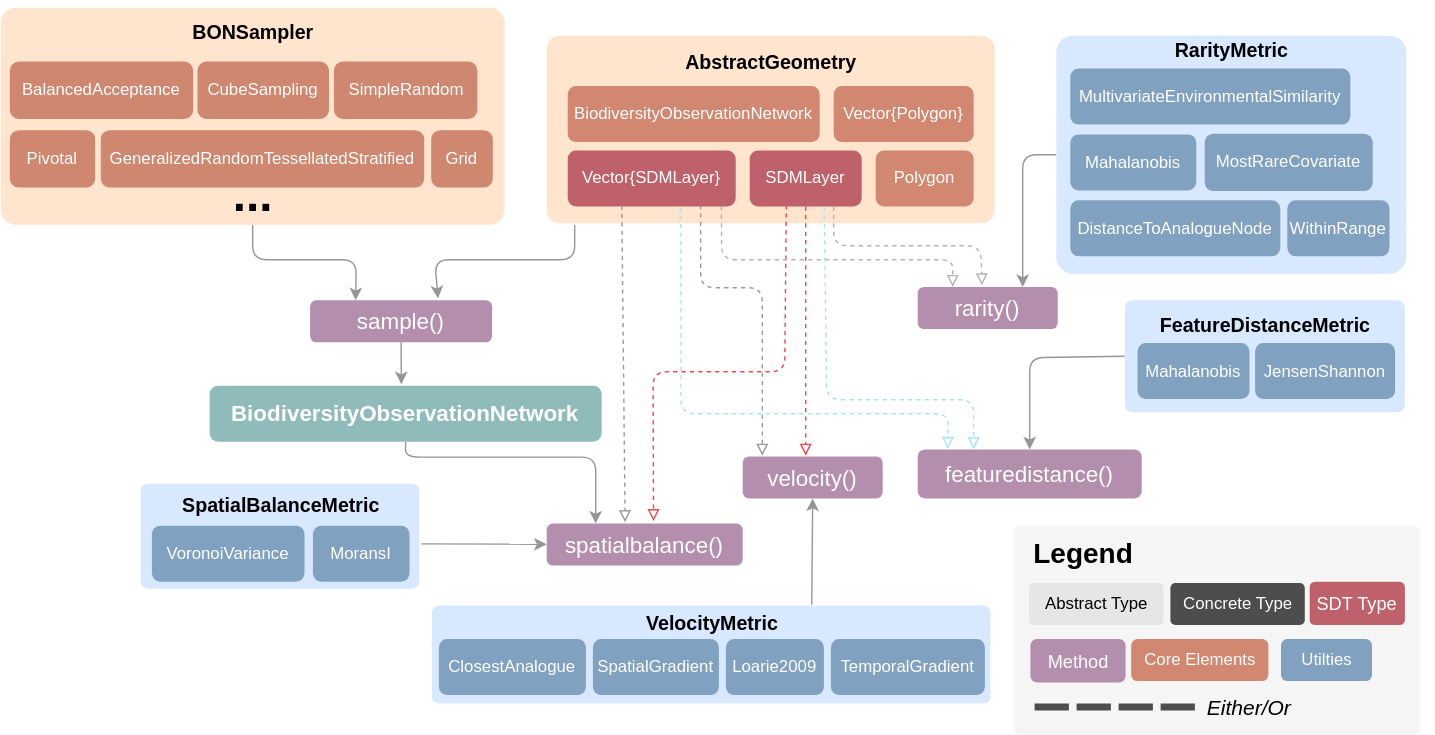
PoisotLab/BiodiversityObservationNetworks.jl keeps this draw.io diagram as docs/src/assets/structure.drawio.svg. Above is the earlier version. Source tidied: cells renumbered, new cells last; positions are measured from the earlier drawing's top-left corner, leaving out a move shared by most shapes.
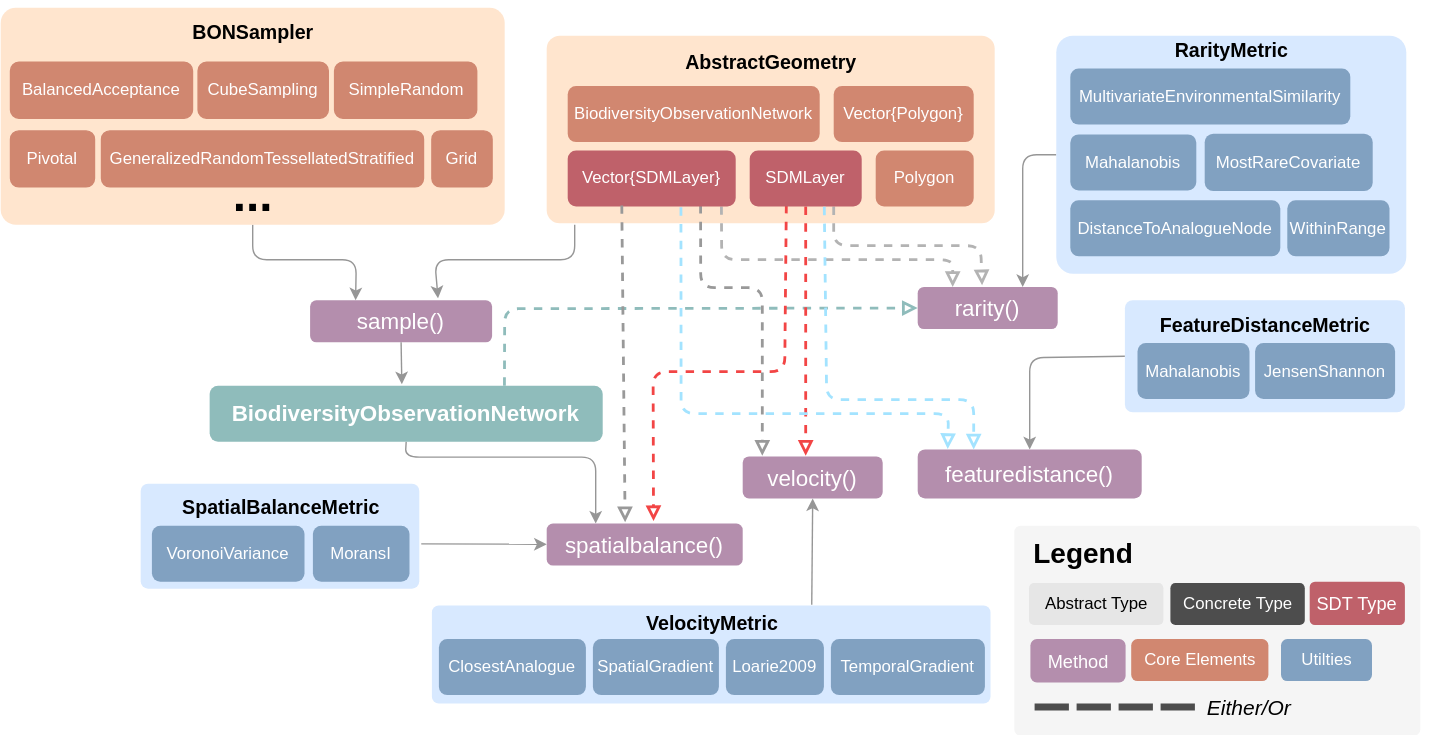
Later version of the same file.

Diff of the diagram source:
```diff
@@ -23,8 +23,15 @@
         </Array>
       </mxGeometry>
     </mxCell>
+    <mxCell id="75" style="edgeStyle=none;html=1;exitX=0.75;exitY=0;exitDx=0;exitDy=0;entryX=0;entryY=0.5;entryDx=0;entryDy=0;strokeColor=light-dark(#8fbcbb, #824100);dashed=1;endArrow=block;endFill=0;strokeWidth=2;" parent="1" edge="1" source="6" target="25">
+      <mxGeometry relative="1" as="geometry">
+        <Array as="points">
+          <mxPoint x="360" y="220" />
+        </Array>
+      </mxGeometry>
+    </mxCell>
     <mxCell id="6" value="&lt;font style=&quot;font-size: 16px; color: rgb(255, 255, 255);&quot;&gt;BiodiversityObservationNetwork&lt;/font&gt;" style="rounded=1;whiteSpace=wrap;html=1;fillColor=#8FBCBB;strokeColor=none;fontColor=#ffffff;fontStyle=1;" parent="1" vertex="1">
-      <mxGeometry x="149.2" y="275" width="280" height="40" as="geometry" />
+      <mxGeometry x="149.2" y="275" width="280.8" height="40" as="geometry" />
     </mxCell>
     <mxCell id="7" value="&lt;font style=&quot;font-size: 16px; color: rgb(255, 255, 255);&quot;&gt;sample()&lt;/font&gt;" style="rounded=1;whiteSpace=wrap;html=1;fillColor=#B48EAD;strokeColor=none;fontStyle=0;fontFamily=Helvetica;fontColor=#FFFFFF;" parent="1" vertex="1">
       <mxGeometry x="221" y="214" width="130" height="30" as="geometry" />
@@ -47,12 +54,12 @@
     <mxCell id="11" value="BiodiversityObservationNetwork" style="rounded=1;whiteSpace=wrap;html=1;fillColor=light-dark(#d18770, #718769);strokeColor=none;fontColor=#ffffff;" parent="1" vertex="1">
       <mxGeometry x="405" y="61" width="180" height="40" as="geometry" />
     </mxCell>
-    <mxCell id="12" style="edgeStyle=none;html=1;exitX=0.5;exitY=1;exitDx=0;exitDy=0;dashed=1;strokeWidth=1;endArrow=block;endFill=0;strokeColor=light-dark(#f24545, #6a6a6a);" parent="1" edge="1" source="15">
+    <mxCell id="12" style="edgeStyle=none;html=1;exitX=0.5;exitY=1;exitDx=0;exitDy=0;dashed=1;strokeWidth=2;endArrow=block;endFill=0;strokeColor=light-dark(#f24545, #6a6a6a);" parent="1" edge="1" source="15">
       <mxGeometry relative="1" as="geometry">
         <mxPoint x="575" y="325" as="targetPoint" />
       </mxGeometry>
     </mxCell>
-    <mxCell id="13" style="edgeStyle=none;html=1;exitX=0.75;exitY=1;exitDx=0;exitDy=0;entryX=0.46;entryY=-0.04;entryDx=0;entryDy=0;endArrow=block;endFill=0;dashed=1;entryPerimeter=0;strokeColor=#B3B3B3;" parent="1" edge="1" source="15" target="25">
+    <mxCell id="13" style="edgeStyle=none;html=1;exitX=0.75;exitY=1;exitDx=0;exitDy=0;entryX=0.46;entryY=-0.04;entryDx=0;entryDy=0;endArrow=block;endFill=0;dashed=1;entryPerimeter=0;strokeColor=#B3B3B3;strokeWidth=2;" parent="1" edge="1" source="15" target="25">
       <mxGeometry relative="1" as="geometry">
         <Array as="points">
           <mxPoint x="595" y="175" />
@@ -60,7 +67,7 @@
         </Array>
       </mxGeometry>
     </mxCell>
-    <mxCell id="14" style="edgeStyle=none;html=1;exitX=0.327;exitY=0.973;exitDx=0;exitDy=0;endArrow=block;endFill=0;entryX=0.545;entryY=-0.059;entryDx=0;entryDy=0;dashed=1;exitPerimeter=0;entryPerimeter=0;strokeColor=light-dark(#f24545, #6a6a6a);" parent="1" edge="1" source="15" target="27">
+    <mxCell id="14" style="edgeStyle=none;html=1;exitX=0.327;exitY=0.973;exitDx=0;exitDy=0;endArrow=block;endFill=0;entryX=0.545;entryY=-0.059;entryDx=0;entryDy=0;dashed=1;exitPerimeter=0;entryPerimeter=0;strokeColor=light-dark(#f24545, #6a6a6a);strokeWidth=2;" parent="1" edge="1" source="15" target="27">
       <mxGeometry relative="1" as="geometry">
         <Array as="points">
           <mxPoint x="560" y="265" />
@@ -74,7 +81,7 @@
     <mxCell id="16" value="Polygon" style="rounded=1;whiteSpace=wrap;html=1;fillColor=light-dark(#d18770, #718769);strokeColor=none;fontColor=#ffffff;" parent="1" vertex="1">
       <mxGeometry x="625" y="107" width="70" height="40" as="geometry" />
     </mxCell>
-    <mxCell id="17" style="edgeStyle=none;html=1;exitX=0.915;exitY=0.998;exitDx=0;exitDy=0;entryX=0.25;entryY=0;entryDx=0;entryDy=0;endArrow=block;endFill=0;dashed=1;exitPerimeter=0;strokeColor=#B3B3B3;" parent="1" edge="1" source="19" target="25">
+    <mxCell id="17" style="edgeStyle=none;html=1;exitX=0.915;exitY=0.998;exitDx=0;exitDy=0;entryX=0.25;entryY=0;entryDx=0;entryDy=0;endArrow=block;endFill=0;dashed=1;exitPerimeter=0;strokeColor=#B3B3B3;strokeWidth=2;" parent="1" edge="1" source="19" target="25">
       <mxGeometry relative="1" as="geometry">
         <Array as="points">
           <mxPoint x="515" y="185" />
@@ -82,7 +89,7 @@
         </Array>
       </mxGeometry>
     </mxCell>
-    <mxCell id="18" style="edgeStyle=none;html=1;exitX=0.791;exitY=0.973;exitDx=0;exitDy=0;entryX=0.25;entryY=0;entryDx=0;entryDy=0;dashed=1;strokeWidth=1;endArrow=block;endFill=0;exitPerimeter=0;strokeColor=#999999;" parent="1" edge="1" source="19">
+    <mxCell id="18" style="edgeStyle=none;html=1;exitX=0.791;exitY=0.973;exitDx=0;exitDy=0;entryX=0.25;entryY=0;entryDx=0;entryDy=0;dashed=1;strokeWidth=2;endArrow=block;endFill=0;exitPerimeter=0;strokeColor=#999999;" parent="1" edge="1" source="19">
       <mxGeometry relative="1" as="geometry">
         <mxPoint x="544" y="325" as="targetPoint" />
         <Array as="points">
@@ -225,12 +232,12 @@
     <mxCell id="59" value="&lt;font style=&quot;font-size: 16px; color: rgb(255, 255, 255);&quot;&gt;featuredistance()&lt;/font&gt;" style="rounded=1;whiteSpace=wrap;html=1;fillColor=#B48EAD;strokeColor=none;fontStyle=0;fontFamily=Helvetica;fontColor=#FFFFFF;" parent="1" vertex="1">
       <mxGeometry x="655" y="320.5" width="160" height="35" as="geometry" />
     </mxCell>
-    <mxCell id="60" style="edgeStyle=none;html=1;exitX=0.322;exitY=0.981;exitDx=0;exitDy=0;entryX=0.393;entryY=-0.033;entryDx=0;entryDy=0;entryPerimeter=0;endArrow=block;endFill=0;dashed=1;exitPerimeter=0;strokeColor=#999999;" parent="1" edge="1" source="19">
+    <mxCell id="60" style="edgeStyle=none;html=1;exitX=0.322;exitY=0.981;exitDx=0;exitDy=0;entryX=0.393;entryY=-0.033;entryDx=0;entryDy=0;entryPerimeter=0;endArrow=block;endFill=0;dashed=1;exitPerimeter=0;strokeColor=#999999;strokeWidth=2;" parent="1" edge="1" source="19">
       <mxGeometry relative="1" as="geometry">
         <mxPoint x="446" y="372.5" as="targetPoint" />
       </mxGeometry>
     </mxCell>
-    <mxCell id="61" style="edgeStyle=none;html=1;exitX=0.666;exitY=1.006;exitDx=0;exitDy=0;dashed=1;strokeWidth=1;endArrow=block;endFill=0;exitPerimeter=0;entryX=0.25;entryY=0;entryDx=0;entryDy=0;strokeColor=#A3E3FF;" parent="1" edge="1" source="15" target="59">
+    <mxCell id="61" style="edgeStyle=none;html=1;exitX=0.666;exitY=1.006;exitDx=0;exitDy=0;dashed=1;strokeWidth=2;endArrow=block;endFill=0;exitPerimeter=0;entryX=0.25;entryY=0;entryDx=0;entryDy=0;strokeColor=#A3E3FF;" parent="1" edge="1" source="15" target="59">
       <mxGeometry relative="1" as="geometry">
         <Array as="points">
           <mxPoint x="590" y="285" />
@@ -238,7 +245,7 @@
         </Array>
       </mxGeometry>
     </mxCell>
-    <mxCell id="62" style="edgeStyle=none;html=1;exitX=0.674;exitY=1.013;exitDx=0;exitDy=0;entryX=0.134;entryY=-0.008;entryDx=0;entryDy=0;endArrow=block;endFill=0;dashed=1;exitPerimeter=0;entryPerimeter=0;strokeColor=#A3E3FF;" parent="1" edge="1" source="19" target="59">
+    <mxCell id="62" style="edgeStyle=none;html=1;exitX=0.674;exitY=1.013;exitDx=0;exitDy=0;entryX=0.134;entryY=-0.008;entryDx=0;entryDy=0;endArrow=block;endFill=0;dashed=1;exitPerimeter=0;entryPerimeter=0;strokeColor=#A3E3FF;strokeWidth=2;" parent="1" edge="1" source="19" target="59">
       <mxGeometry relative="1" as="geometry">
         <Array as="points">
           <mxPoint x="486" y="295" />
```
